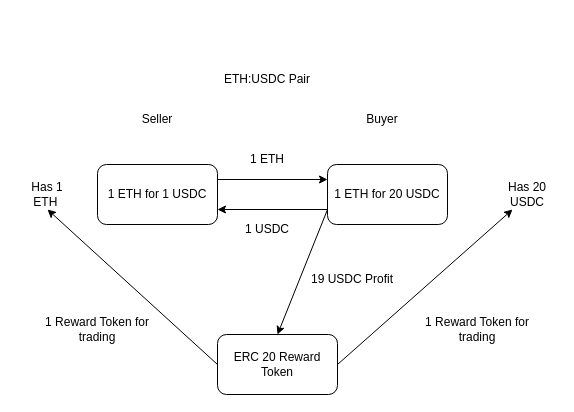
Before: Orderbook.drawio.xml in orderbook-avs/readme, a draw.io diagram. Source tidied: cells renumbered, new cells numbered last; positions are measured from the earlier drawing's top-left corner, leaving out a move shared by most shapes. Both pictures are drawn from the tidied source at 100%, with x=0, y=0 at pixel (17, 64).
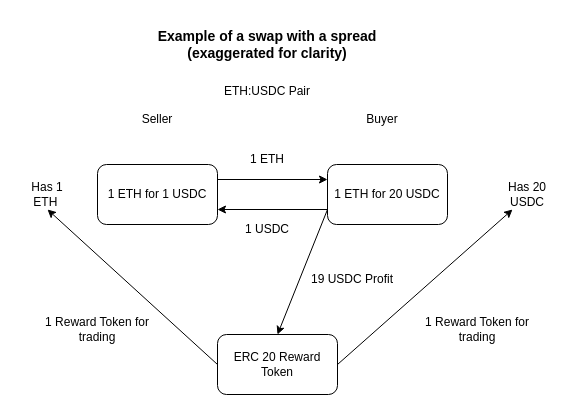
The same page after the edit.

Commit message:
Add title sentence to Orderbook.drawio.xml

Diff of the diagram source:
```diff
@@
     <mxCell id="12" value="ETH:USDC Pair" style="text;html=1;align=center;verticalAlign=middle;whiteSpace=wrap;rounded=0;" parent="1" vertex="1">
-      <mxGeometry x="190" width="120" height="30" as="geometry" />
+      <mxGeometry x="190" y="12" width="120" height="30" as="geometry" />
     </mxCell>
@@
+    <mxCell id="20" value="&lt;b&gt;&lt;font style=&quot;font-size: 14px;&quot;&gt;Example of a swap with a spread (exaggerated for clarity)&lt;/font&gt;&lt;/b&gt;" style="text;html=1;align=center;verticalAlign=middle;whiteSpace=wrap;rounded=0;" parent="1" vertex="1">
+      <mxGeometry x="137" y="-47" width="226" height="53" as="geometry" />
+    </mxCell>
```
